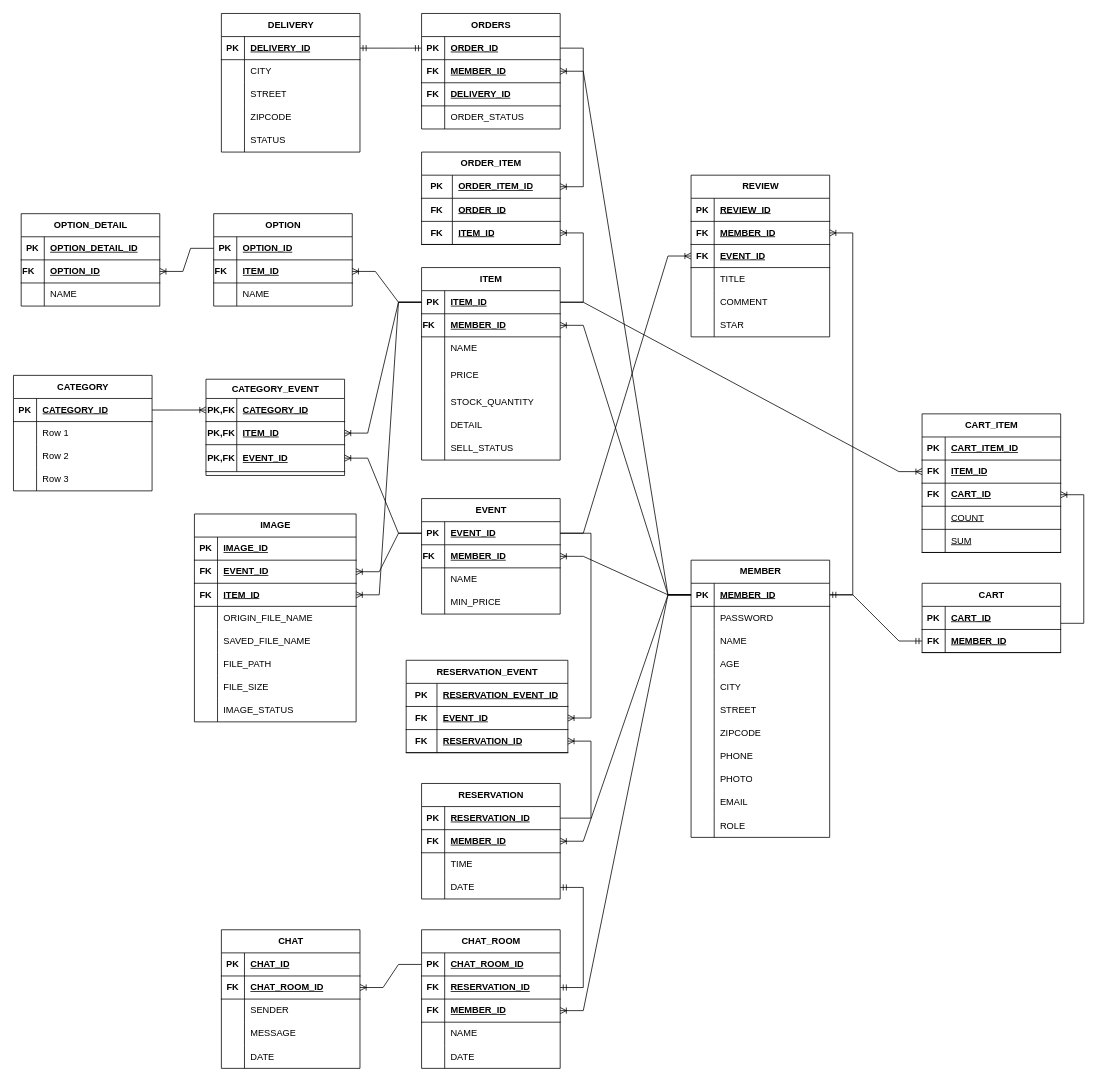
The draw.io diagram EventLinkERD.drawio in leeheeweon/EventLink, before the edit. Source tidied: cells renumbered, new cells numbered last; positions are measured from the earlier drawing's top-left corner, leaving out a move shared by most shapes. Both pictures are drawn from the tidied source at 77%, with x=0, y=0 at pixel (13, 13).
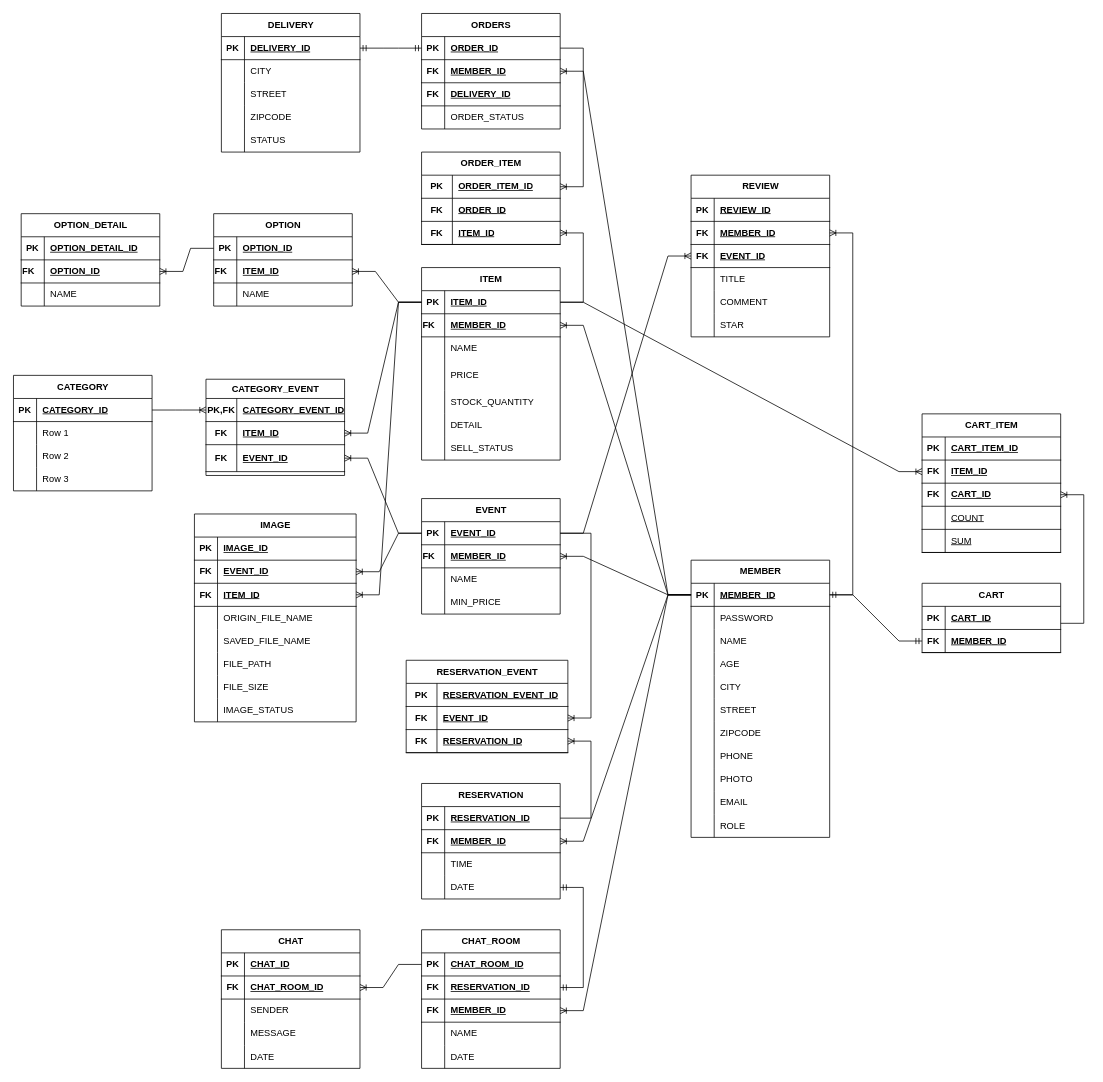
Above is the later version.

The change refers to these unchanged cells:
```xml
<mxCell id="101" style="shape=tableRow;horizontal=0;startSize=0;swimlaneHead=0;swimlaneBody=0;fillColor=none;points=[[0,0.5],[1,0.5]];portConstraint=eastwest;top=0;left=0;right=0;bottom=1;" parent="100" vertex="1">
  <mxGeometry y="25" width="180" height="30" as="geometry" />
</mxCell>
<mxCell id="104" style="shape=tableRow;horizontal=0;startSize=0;swimlaneHead=0;swimlaneBody=0;fillColor=none;points=[[0,0.5],[1,0.5]];portConstraint=eastwest;top=0;left=0;right=0;bottom=1;" parent="100" vertex="1">
  <mxGeometry y="55" width="180" height="30" as="geometry" />
</mxCell>
<mxCell id="107" style="shape=tableRow;horizontal=0;startSize=0;swimlaneHead=0;swimlaneBody=0;fillColor=none;points=[[0,0.5],[1,0.5]];portConstraint=eastwest;top=0;left=0;right=0;bottom=1;" parent="100" vertex="1">
  <mxGeometry y="85" width="180" height="35" as="geometry" />
</mxCell>
```

The edit, as a diff of the source:
```diff
@@
-    <mxCell id="103" value="CATEGORY_ID" style="shape=partialRectangle;fillColor=none;top=0;left=0;bottom=0;right=0;align=left;spacingLeft=6;fontStyle=5;overflow=hidden;whiteSpace=wrap;html=1;" parent="101" vertex="1">
+    <mxCell id="103" value="CATEGORY_EVENT_ID" style="shape=partialRectangle;fillColor=none;top=0;left=0;bottom=0;right=0;align=left;spacingLeft=6;fontStyle=5;overflow=hidden;whiteSpace=wrap;html=1;" parent="101" vertex="1">
       <mxGeometry x="40" width="140" height="30" as="geometry" />
     </mxCell>
@@
-    <mxCell id="105" value="PK,FK" style="shape=partialRectangle;fillColor=none;top=0;left=0;bottom=0;right=0;fontStyle=1;overflow=hidden;whiteSpace=wrap;html=1;" parent="104" vertex="1">
+    <mxCell id="105" value="FK" style="shape=partialRectangle;fillColor=none;top=0;left=0;bottom=0;right=0;fontStyle=1;overflow=hidden;whiteSpace=wrap;html=1;" parent="104" vertex="1">
       <mxGeometry width="40" height="30" as="geometry" />
     </mxCell>
@@
-    <mxCell id="108" value="PK,FK" style="shape=partialRectangle;fillColor=none;top=0;left=0;bottom=0;right=0;fontStyle=1;overflow=hidden;whiteSpace=wrap;html=1;" parent="107" vertex="1">
+    <mxCell id="108" value="FK" style="shape=partialRectangle;fillColor=none;top=0;left=0;bottom=0;right=0;fontStyle=1;overflow=hidden;whiteSpace=wrap;html=1;" parent="107" vertex="1">
       <mxGeometry width="40" height="35" as="geometry" />
     </mxCell>
```
